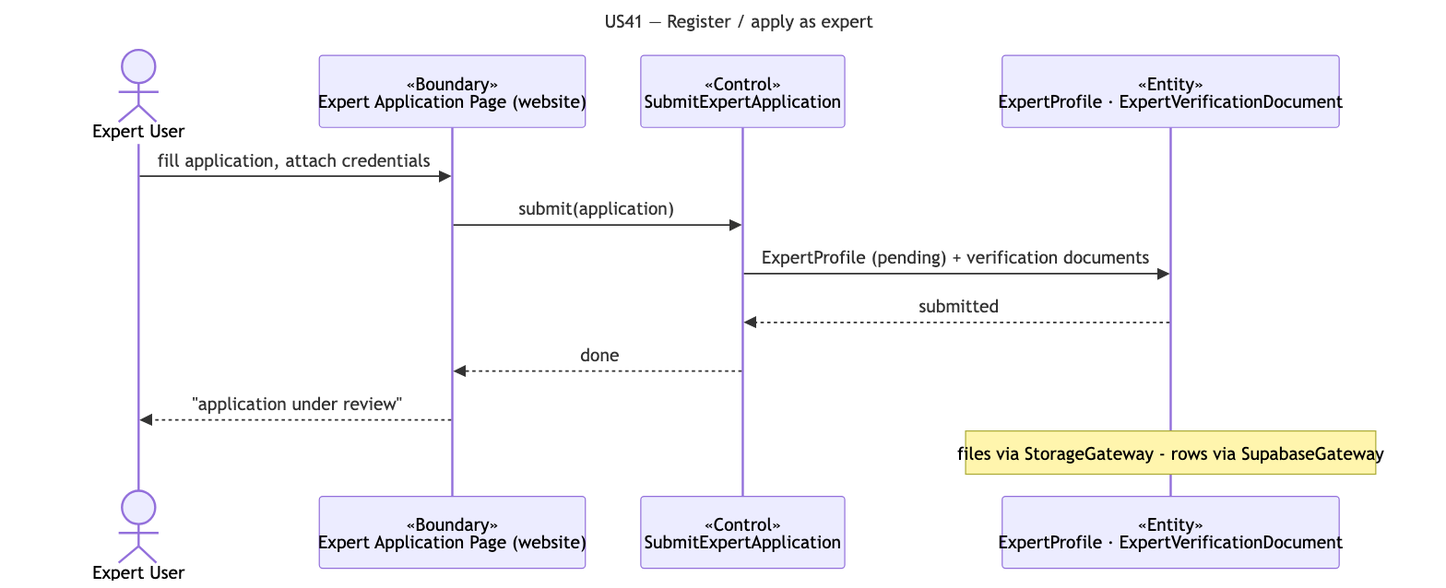
Above: docs/deliverables/sequence-diagrams/US41-apply-expert.png in cyuanjun/FYP-26-S2-37-app (Mermaid), before the change. Its source is kept beside it as docs/deliverables/sequence-diagrams/src/US41-apply-expert.mmd.
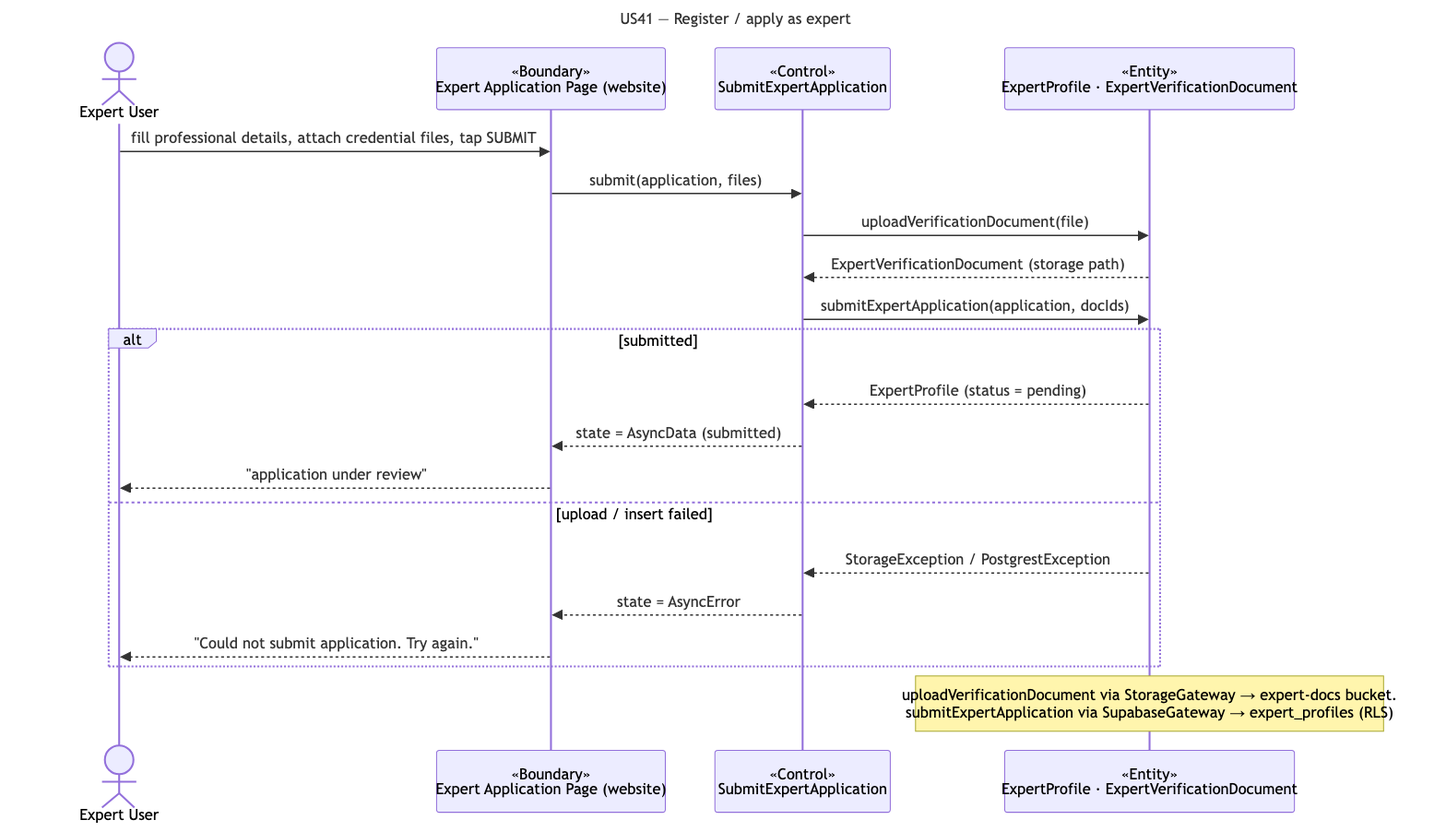
The same file after the commit.

The edit, as a diff of the source:
```diff
@@ -6,10 +6,18 @@
   participant B as «Boundary»<br/>Expert Application Page (website)
   participant C as «Control»<br/>SubmitExpertApplication
   participant E as «Entity»<br/>ExpertProfile · ExpertVerificationDocument
-  A->>B: fill application, attach credentials
-  B->>C: submit(application)
-  C->>E: ExpertProfile (pending) + verification documents
-  E-->>C: submitted
-  C-->>B: done
-  B-->>A: "application under review"
-  note over E: files via StorageGateway - rows via SupabaseGateway
+  A->>B: fill professional details, attach credential files, tap SUBMIT
+  B->>C: submit(application, files)
+  C->>E: uploadVerificationDocument(file)
+  E-->>C: ExpertVerificationDocument (storage path)
+  C->>E: submitExpertApplication(application, docIds)
+  alt submitted
+    E-->>C: ExpertProfile (status = pending)
+    C-->>B: state = AsyncData (submitted)
+    B-->>A: "application under review"
+  else upload / insert failed
+    E-->>C: StorageException / PostgrestException
+    C-->>B: state = AsyncError
+    B-->>A: "Could not submit application. Try again."
+  end
+  note over E: uploadVerificationDocument via StorageGateway → expert-docs bucket.<br/>submitExpertApplication via SupabaseGateway → expert_profiles (RLS)
```
